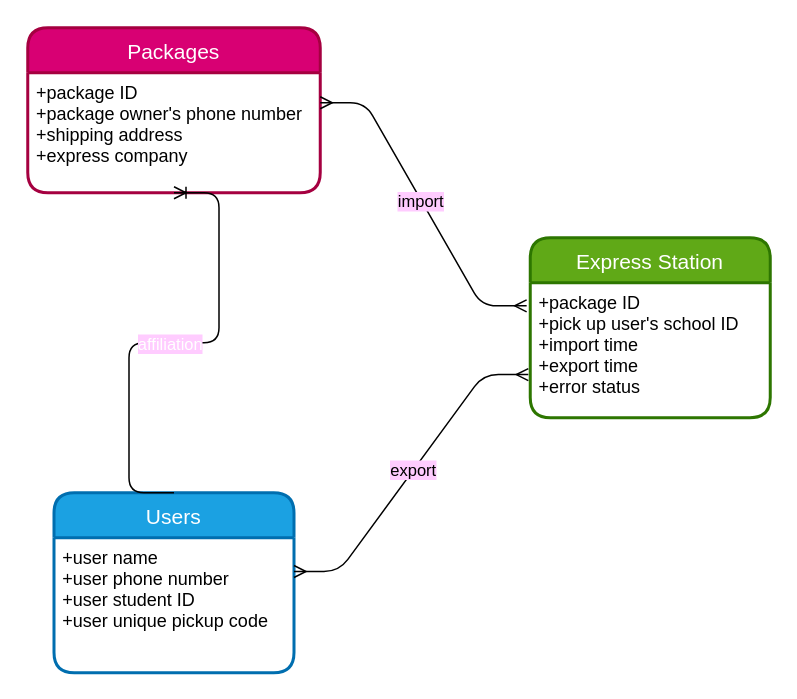
NaNBridge/CQUPT_Express_Management_System keeps this draw.io diagram as 说明文档/简化E-R图.drawio. Above is the earlier version. Source tidied: cells renumbered, new cells numbered last; positions are measured from the earlier drawing's top-left corner, leaving out a move shared by most shapes. Both pictures are drawn from the tidied source at 150%, with x=0, y=0 at pixel (27, 27).
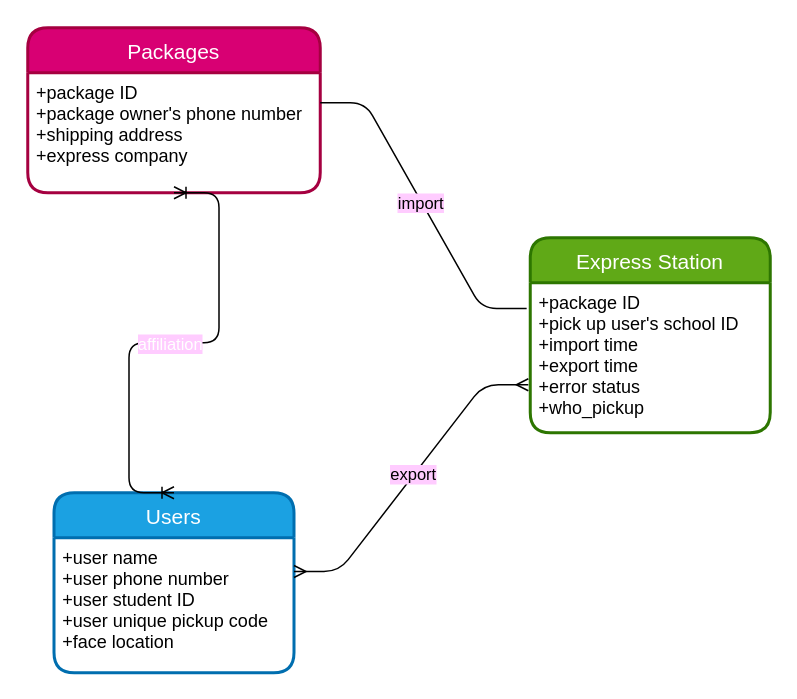
The same diagram, later.

Change to the diagram source:
```diff
@@
 <mxGraphModel>
   <root>
     <mxCell id="0" />
     <mxCell id="1" parent="0" />
     <mxCell id="2" value="Packages" style="swimlane;horizontal=1;startSize=30;rounded=1;fontSize=14;fontStyle=0;strokeWidth=2;shadow=0;dashed=0;align=center;fillColor=#d80073;fontColor=#ffffff;strokeColor=#A50040;" parent="1" vertex="1">
       <mxGeometry width="195" height="110" as="geometry" />
     </mxCell>
     <mxCell id="3" value="+package ID&#10;+package owner's phone number&#10;+shipping address&#10;+express company" style="align=left;strokeColor=none;fillColor=none;spacingLeft=4;fontSize=12;verticalAlign=top;" parent="2" vertex="1">
       <mxGeometry y="30" width="195" height="80" as="geometry" />
     </mxCell>
     <mxCell id="4" value="Express Station" style="swimlane;horizontal=1;startSize=30;rounded=1;fontSize=14;fontStyle=0;strokeWidth=2;shadow=0;dashed=0;align=center;fillColor=#60a917;fontColor=#ffffff;strokeColor=#2D7600;" parent="1" vertex="1">
-      <mxGeometry x="335" y="140" width="160" height="120" as="geometry" />
+      <mxGeometry x="335" y="140" width="160" height="130" as="geometry" />
     </mxCell>
-    <mxCell id="5" value="+package ID&#10;+pick up user's school ID&#10;+import time&#10;+export time&#10;+error status" style="align=left;strokeColor=none;fillColor=none;spacingLeft=4;fontSize=12;verticalAlign=top;" parent="4" vertex="1">
-      <mxGeometry y="30" width="160" height="90" as="geometry" />
+    <mxCell id="5" value="+package ID&#10;+pick up user's school ID&#10;+import time&#10;+export time&#10;+error status&#10;+who_pickup" style="align=left;strokeColor=none;fillColor=none;spacingLeft=4;fontSize=12;verticalAlign=top;" parent="4" vertex="1">
+      <mxGeometry y="30" width="160" height="100" as="geometry" />
     </mxCell>
     <mxCell id="6" value="Users" style="swimlane;horizontal=1;startSize=30;rounded=1;fontSize=14;fontStyle=0;strokeWidth=2;shadow=0;dashed=0;align=center;fillColor=#1ba1e2;fontColor=#ffffff;strokeColor=#006EAF;" parent="1" vertex="1">
       <mxGeometry x="17.5" y="310" width="160" height="120" as="geometry" />
     </mxCell>
-    <mxCell id="7" value="+user name&#10;+user phone number&#10;+user student ID&#10;+user unique pickup code" style="align=left;strokeColor=none;fillColor=none;spacingLeft=4;fontSize=12;verticalAlign=top;" parent="6" vertex="1">
+    <mxCell id="7" value="+user name&#10;+user phone number&#10;+user student ID&#10;+user unique pickup code&#10;+face location" style="align=left;strokeColor=none;fillColor=none;spacingLeft=4;fontSize=12;verticalAlign=top;" parent="6" vertex="1">
       <mxGeometry y="30" width="160" height="90" as="geometry" />
     </mxCell>
-    <mxCell id="8" style="edgeStyle=entityRelationEdgeStyle;fontSize=12;html=1;endArrow=ERoneToMany;exitX=0.5;exitY=0;exitDx=0;exitDy=0;entryX=0.5;entryY=1;entryDx=0;entryDy=0;" parent="1" edge="1" source="6" target="3">
+    <mxCell id="8" style="edgeStyle=entityRelationEdgeStyle;fontSize=12;html=1;endArrow=ERoneToMany;exitX=0.5;exitY=0;exitDx=0;exitDy=0;entryX=0.5;entryY=1;entryDx=0;entryDy=0;startArrow=ERoneToMany;startFill=0;" parent="1" edge="1" source="6" target="3">
       <mxGeometry relative="1" as="geometry" />
     </mxCell>
     <mxCell id="9" value="affiliation" style="edgeLabel;html=1;align=center;verticalAlign=middle;fontColor=#FFFFFF;labelBackgroundColor=#FFCCFF;" parent="8" vertex="1">
       <mxGeometry x="-0.02" relative="1" as="geometry" />
     </mxCell>
-    <mxCell id="10" style="edgeStyle=entityRelationEdgeStyle;fontSize=12;html=1;endArrow=ERmany;startArrow=ERmany;entryX=-0.015;entryY=0.171;entryDx=0;entryDy=0;entryPerimeter=0;exitX=1;exitY=0.25;exitDx=0;exitDy=0;" parent="1" edge="1" source="3" target="5">
+    <mxCell id="10" style="edgeStyle=entityRelationEdgeStyle;fontSize=12;html=1;endArrow=none;startArrow=none;entryX=-0.015;entryY=0.171;entryDx=0;entryDy=0;entryPerimeter=0;exitX=1;exitY=0.25;exitDx=0;exitDy=0;startFill=0;endFill=0;" parent="1" edge="1" source="3" target="5">
       <mxGeometry relative="1" as="geometry" />
     </mxCell>
     <mxCell id="11" value="import" style="edgeLabel;html=1;align=center;verticalAlign=middle;labelBackgroundColor=#FFCCFF;" parent="10" vertex="1">
       <mxGeometry x="-0.03" y="-1" relative="1" as="geometry" />
     </mxCell>
     <mxCell id="12" style="edgeStyle=entityRelationEdgeStyle;fontSize=12;html=1;endArrow=ERmany;startArrow=ERmany;entryX=-0.008;entryY=0.68;entryDx=0;entryDy=0;entryPerimeter=0;exitX=1;exitY=0.25;exitDx=0;exitDy=0;" parent="1" edge="1" source="7" target="5">
       <mxGeometry relative="1" as="geometry" />
     </mxCell>
     <mxCell id="13" value="export" style="edgeLabel;html=1;align=center;verticalAlign=middle;labelBackgroundColor=#FFCCFF;" parent="12" vertex="1">
       <mxGeometry x="0.02" y="1" relative="1" as="geometry" />
     </mxCell>
   </root>
 </mxGraphModel>
```
